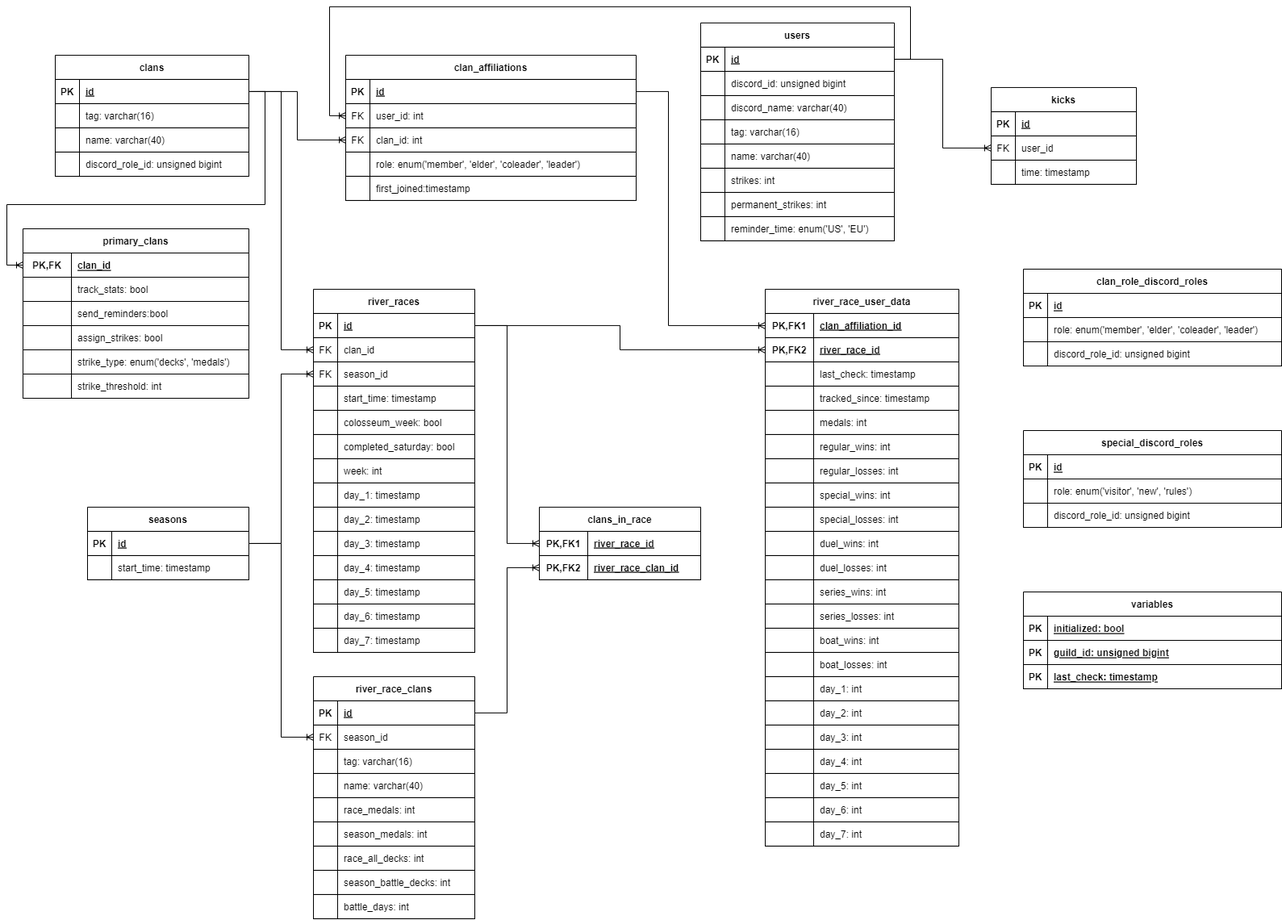
Before: docs/DatabaseSchema.png, a diagram exported from draw.io (chradajan/ClashRoyaleManager). Source tidied: cells renumbered, new cells last; positions are measured from the earlier drawing's top-left corner, leaving out a move shared by most shapes.
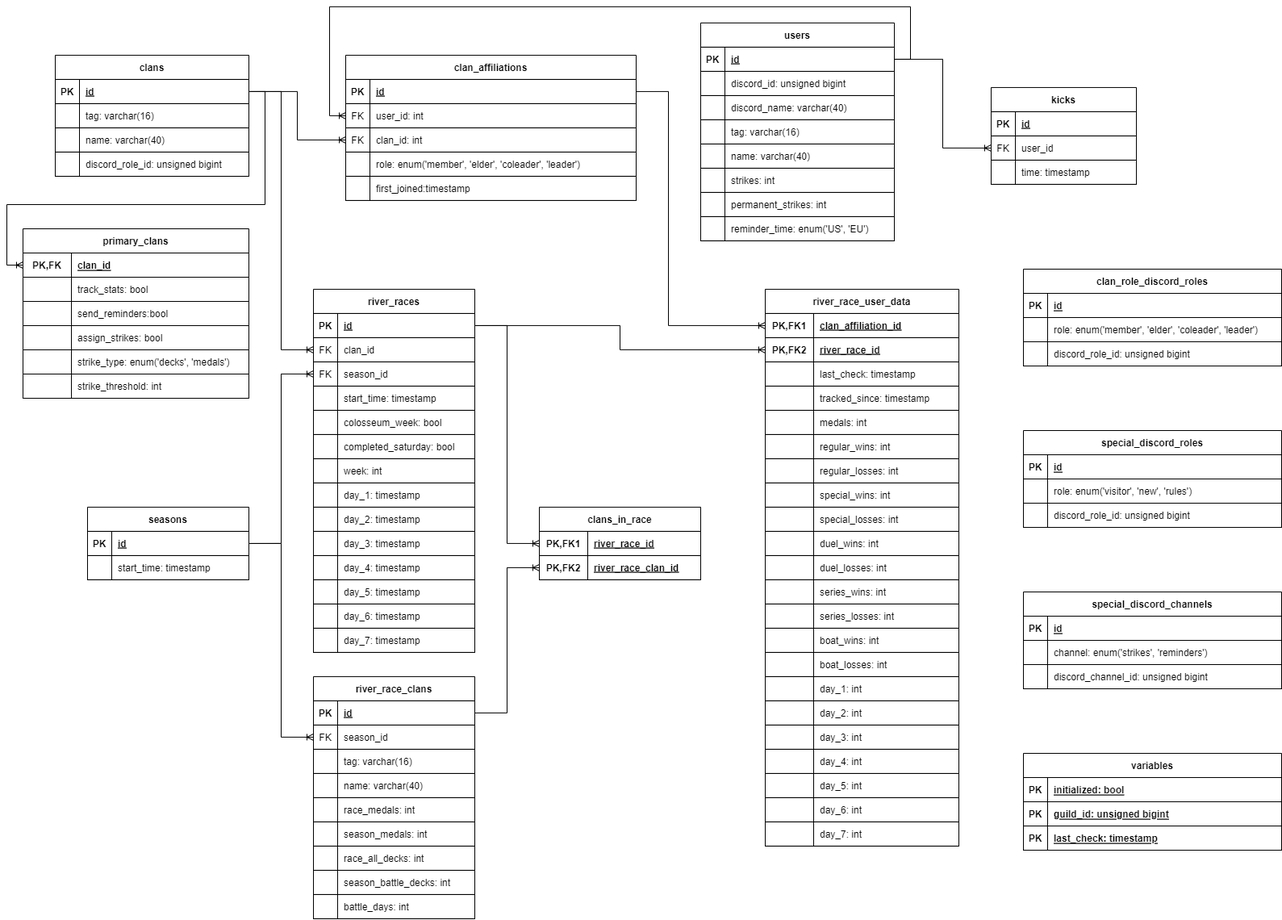
The same diagram one commit later.

Commit message:
Add setup for strikes and reminders channels

What changed in the source:
```diff
@@ -790,7 +790,7 @@
       </mxGeometry>
     </mxCell>
     <mxCell id="258" value="variables" style="shape=table;startSize=30;rowLines=0;fontStyle=1;align=center;" parent="1" vertex="1">
-      <mxGeometry x="1260" y="725" width="320" height="120" as="geometry" />
+      <mxGeometry x="1260" y="925" width="320" height="120" as="geometry" />
     </mxCell>
     <mxCell id="259" style="shape=tableRow;horizontal=0;startSize=0;swimlaneHead=0;swimlaneBody=0;fillColor=none;top=0;left=0;right=0;bottom=1;" parent="258" vertex="1">
       <mxGeometry y="30" width="320" height="30" as="geometry" />
@@ -849,5 +849,35 @@
     <mxCell id="277" value="discord_role_id: unsigned bigint" style="shape=partialRectangle;fillColor=none;top=0;left=0;bottom=0;right=0;align=left;spacingLeft=6;overflow=hidden;" parent="275" vertex="1">
       <mxGeometry x="30" width="290" height="30" as="geometry" />
     </mxCell>
+    <mxCell id="278" value="special_discord_channels" style="shape=table;startSize=30;rowLines=0;fontStyle=1;align=center;" parent="1" vertex="1">
+      <mxGeometry x="1260" y="725" width="320" height="120" as="geometry" />
+    </mxCell>
+    <mxCell id="279" style="shape=tableRow;horizontal=0;startSize=0;swimlaneHead=0;swimlaneBody=0;fillColor=none;top=0;left=0;right=0;bottom=1;" parent="278" vertex="1">
+      <mxGeometry y="30" width="320" height="30" as="geometry" />
+    </mxCell>
+    <mxCell id="280" value="PK" style="shape=partialRectangle;fillColor=none;top=0;left=0;bottom=0;right=0;fontStyle=1;overflow=hidden;" parent="279" vertex="1">
+      <mxGeometry width="30" height="30" as="geometry" />
+    </mxCell>
+    <mxCell id="281" value="id" style="shape=partialRectangle;fillColor=none;top=0;left=0;bottom=0;right=0;align=left;spacingLeft=6;fontStyle=5;overflow=hidden;" parent="279" vertex="1">
+      <mxGeometry x="30" width="290" height="30" as="geometry" />
+    </mxCell>
+    <mxCell id="282" style="shape=tableRow;horizontal=0;startSize=0;swimlaneHead=0;swimlaneBody=0;fillColor=none;top=0;left=0;right=0;bottom=0;" parent="278" vertex="1">
+      <mxGeometry y="60" width="320" height="30" as="geometry" />
+    </mxCell>
+    <mxCell id="283" style="shape=partialRectangle;fillColor=none;top=0;left=0;bottom=0;right=0;overflow=hidden;" parent="282" vertex="1">
+      <mxGeometry width="30" height="30" as="geometry" />
+    </mxCell>
+    <mxCell id="284" value="channel: enum('strikes', 'reminders') " style="shape=partialRectangle;fillColor=none;top=0;left=0;bottom=0;right=0;align=left;spacingLeft=6;overflow=hidden;" parent="282" vertex="1">
+      <mxGeometry x="30" width="290" height="30" as="geometry" />
+    </mxCell>
+    <mxCell id="285" style="shape=tableRow;horizontal=0;startSize=0;swimlaneHead=0;swimlaneBody=0;fillColor=none;top=0;left=0;right=0;bottom=0;" parent="278" vertex="1">
+      <mxGeometry y="90" width="320" height="30" as="geometry" />
+    </mxCell>
+    <mxCell id="286" style="shape=partialRectangle;fillColor=none;top=0;left=0;bottom=0;right=0;overflow=hidden;" parent="285" vertex="1">
+      <mxGeometry width="30" height="30" as="geometry" />
+    </mxCell>
+    <mxCell id="287" value="discord_channel_id: unsigned bigint" style="shape=partialRectangle;fillColor=none;top=0;left=0;bottom=0;right=0;align=left;spacingLeft=6;overflow=hidden;" parent="285" vertex="1">
+      <mxGeometry x="30" width="290" height="30" as="geometry" />
+    </mxCell>
   </root>
 </mxGraphModel>
```
